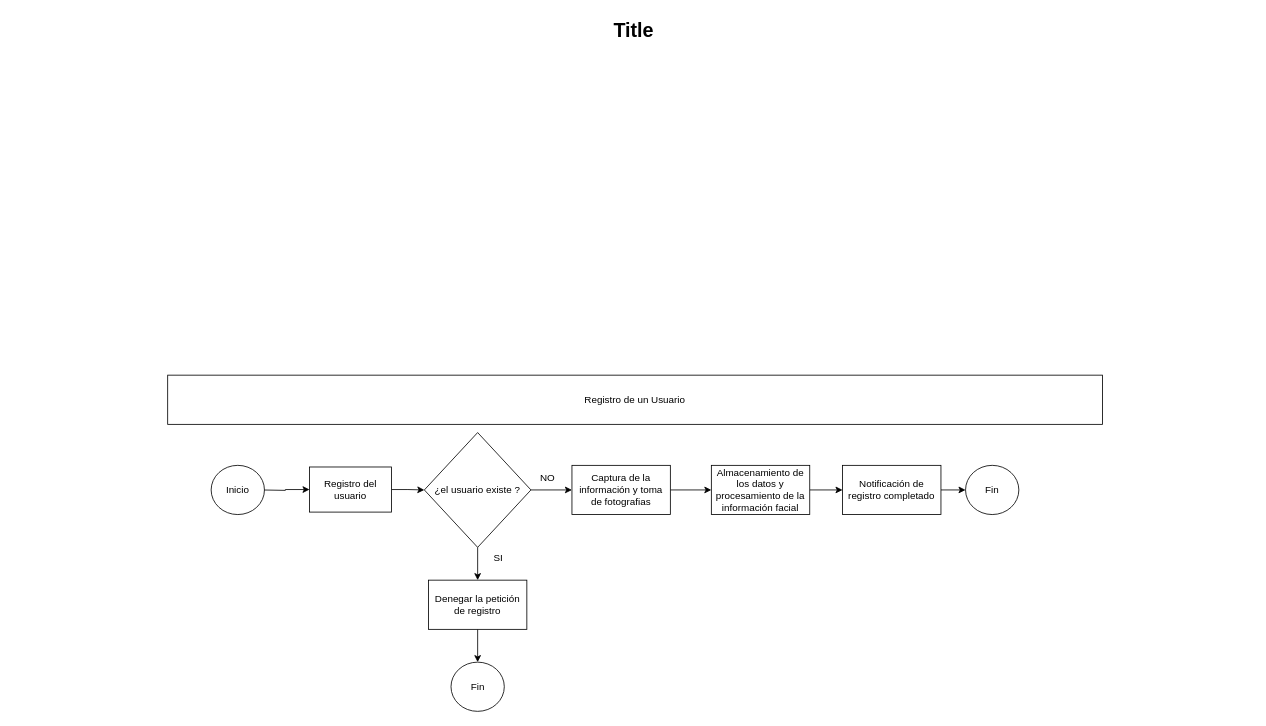
Before: page "Funcionalidad_registro" (1 of 3) of Diagrama sin título.drawio in juansanchezz/Prueba-IoT, a draw.io diagram. Source tidied: cells renumbered, new cells numbered last; positions are measured from the earlier drawing's top-left corner, leaving out a move shared by most shapes. Both pictures are drawn from the tidied source at 82%, with x=0, y=0 at pixel (14, 14).
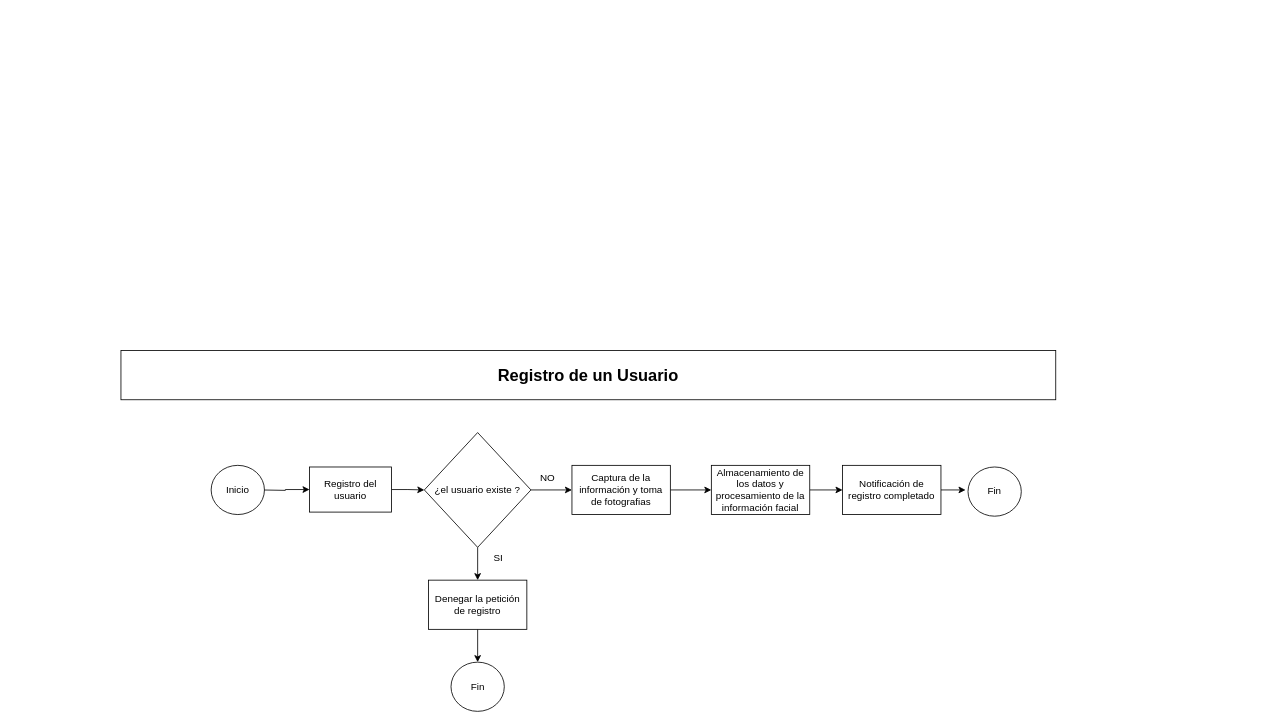
The same diagram, later.

Unchanged cells that the change refers to:
```xml
<mxCell id="20" value="Notificación de registro completado" style="rounded=0;whiteSpace=wrap;html=1;" parent="1" vertex="1">
  <mxGeometry x="1010" y="550" width="120" height="60" as="geometry" />
</mxCell>
```

What changed in the source:
```diff
@@
-    <mxCell id="2" value="Title" style="text;strokeColor=none;fillColor=none;html=1;fontSize=24;fontStyle=1;verticalAlign=middle;align=center;" parent="1" vertex="1">
-      <mxGeometry width="1510" height="40" as="geometry" />
-    </mxCell>
-    <mxCell id="3" value="Registro de un Usuario" style="rounded=0;whiteSpace=wrap;html=1;" parent="1" vertex="1">
-      <mxGeometry x="187" y="440" width="1140" height="60" as="geometry" />
+    <mxCell id="3" value="&lt;font style=&quot;font-size: 20px;&quot;&gt;&lt;b&gt;Registro de un Usuario&lt;/b&gt;&lt;/font&gt;" style="rounded=0;whiteSpace=wrap;html=1;" parent="1" vertex="1">
+      <mxGeometry x="130" y="410" width="1140" height="60" as="geometry" />
     </mxCell>
@@
-    <mxCell id="19" style="edgeStyle=orthogonalEdgeStyle;rounded=0;jettySize=auto;html=1;exitX=1;exitY=0.5;exitDx=0;exitDy=0;entryX=0;entryY=0.5;entryDx=0;entryDy=0;" parent="1" edge="1" source="20" target="21">
-      <mxGeometry relative="1" as="geometry" />
+    <mxCell id="19" style="edgeStyle=orthogonalEdgeStyle;rounded=0;jettySize=auto;html=1;exitX=1;exitY=0.5;exitDx=0;exitDy=0;entryX=0;entryY=0.5;entryDx=0;entryDy=0;" parent="1" edge="1" source="20">
+      <mxGeometry relative="1" as="geometry">
+        <mxPoint x="1160" y="580" as="targetPoint" />
+      </mxGeometry>
     </mxCell>
@@
     <mxCell id="21" value="Fin" style="ellipse;whiteSpace=wrap;html=1;" parent="1" vertex="1">
-      <mxGeometry x="1160" y="550" width="65" height="60" as="geometry" />
+      <mxGeometry x="1163" y="552" width="65" height="60" as="geometry" />
     </mxCell>
```
